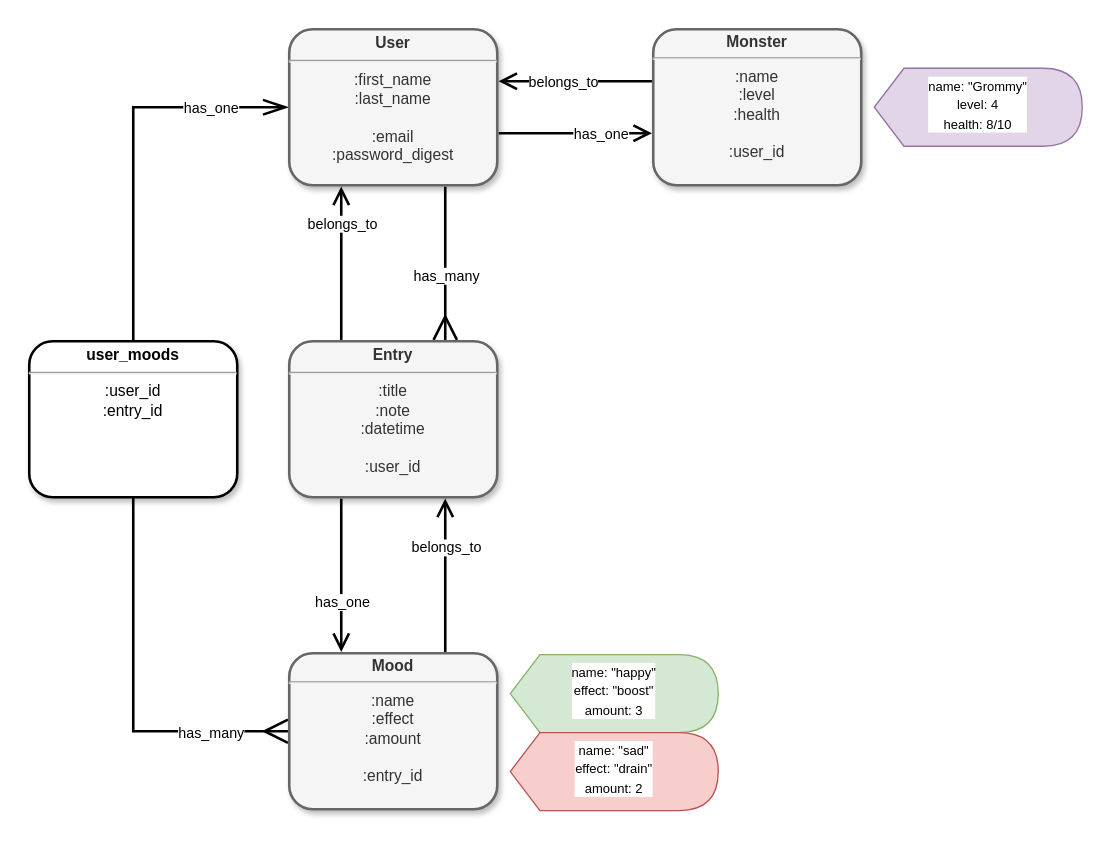
Earlier version of the draw.io diagram uml/moody-mon.drawio (codymerritt347/moody-mon). Source tidied: cells renumbered, new cells numbered last; positions are measured from the earlier drawing's top-left corner, leaving out a move shared by most shapes. Both pictures are drawn from the tidied source at 130%, with x=0, y=0 at pixel (29, 29).
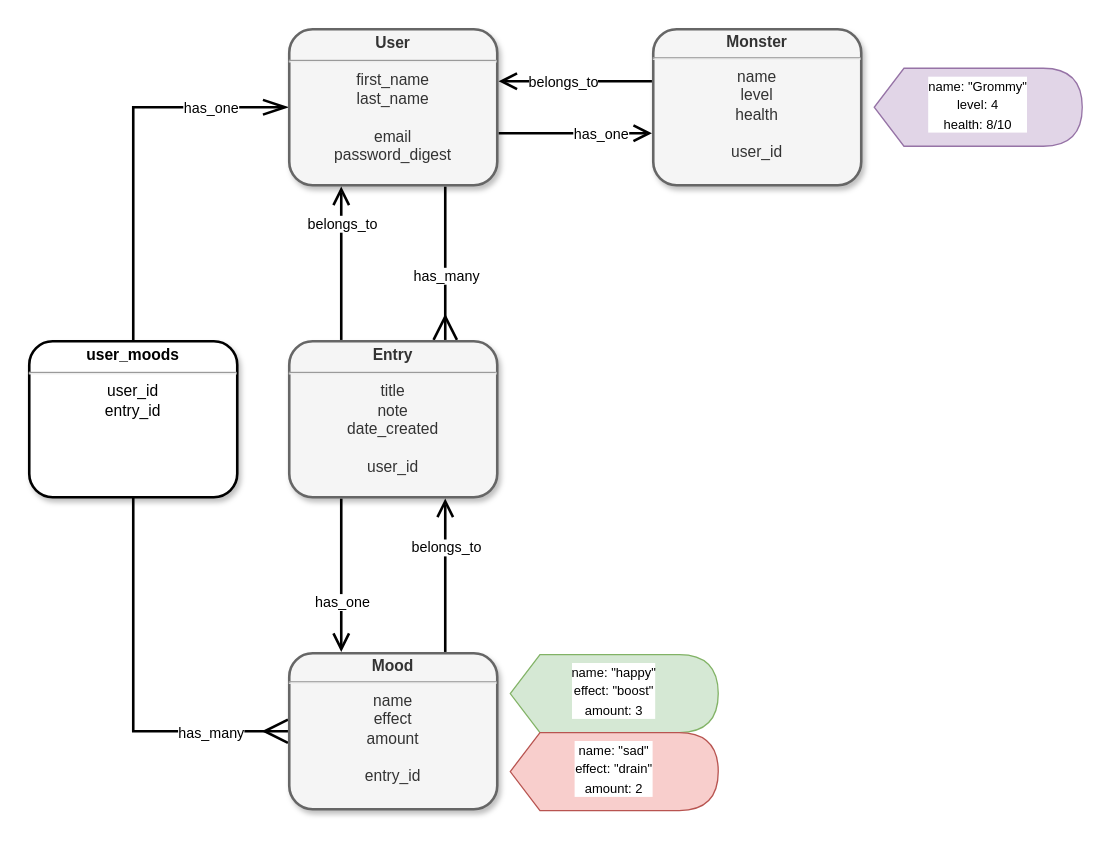
After the change.

Commit message (it also covers changes not shown here):
Reformat UML diagram

Diff of the diagram source:
```diff
@@
-    <mxCell id="9" value="&lt;p style=&quot;margin: 4px 0px 0px; font-size: 12px;&quot;&gt;&lt;b style=&quot;font-size: 12px;&quot;&gt;User&lt;/b&gt;&lt;/p&gt;&lt;hr style=&quot;font-size: 12px;&quot;&gt;:first_name&lt;br style=&quot;font-size: 12px;&quot;&gt;:last_name&lt;br style=&quot;font-size: 12px;&quot;&gt;&lt;br style=&quot;font-size: 12px;&quot;&gt;:email&lt;br style=&quot;font-size: 12px;&quot;&gt;:password_digest&lt;br style=&quot;font-size: 12px;&quot;&gt;&lt;p style=&quot;font-size: 12px;&quot;&gt;&lt;/p&gt;" style="verticalAlign=middle;align=center;overflow=fill;fontSize=12;fontFamily=Helvetica;html=1;perimeterSpacing=1;rounded=1;glass=0;shadow=1;sketch=0;strokeWidth=2;fillColor=#f5f5f5;strokeColor=#666666;fontColor=#333333;" parent="1" vertex="1">
+    <mxCell id="9" value="&lt;p style=&quot;margin: 4px 0px 0px ; font-size: 12px&quot;&gt;&lt;b style=&quot;font-size: 12px&quot;&gt;User&lt;/b&gt;&lt;/p&gt;&lt;hr style=&quot;font-size: 12px&quot;&gt;first_name&lt;br style=&quot;font-size: 12px&quot;&gt;last_name&lt;br style=&quot;font-size: 12px&quot;&gt;&lt;br style=&quot;font-size: 12px&quot;&gt;email&lt;br style=&quot;font-size: 12px&quot;&gt;password_digest&lt;br style=&quot;font-size: 12px&quot;&gt;&lt;p style=&quot;font-size: 12px&quot;&gt;&lt;/p&gt;" style="verticalAlign=middle;align=center;overflow=fill;fontSize=12;fontFamily=Helvetica;html=1;perimeterSpacing=1;rounded=1;glass=0;shadow=1;sketch=0;strokeWidth=2;fillColor=#f5f5f5;strokeColor=#666666;fontColor=#333333;" parent="1" vertex="1">
       <mxGeometry x="200" width="160" height="120" as="geometry" />
     </mxCell>
@@
-    <mxCell id="12" value="&lt;p style=&quot;margin: 4px 0px 0px ; line-height: 100% ; font-size: 12px&quot;&gt;&lt;b style=&quot;font-size: 12px&quot;&gt;Monster&lt;/b&gt;&lt;/p&gt;&lt;hr style=&quot;font-size: 12px&quot;&gt;:name&lt;br&gt;:level&lt;br style=&quot;font-size: 12px&quot;&gt;:health&lt;br style=&quot;font-size: 12px&quot;&gt;&lt;br style=&quot;font-size: 12px&quot;&gt;:user_id" style="verticalAlign=middle;align=center;overflow=fill;fontSize=12;fontFamily=Helvetica;html=1;perimeterSpacing=1;rounded=1;glass=0;shadow=1;sketch=0;strokeWidth=2;fillColor=#f5f5f5;strokeColor=#666666;fontColor=#333333;" parent="1" vertex="1">
+    <mxCell id="12" value="&lt;p style=&quot;margin: 4px 0px 0px ; line-height: 100% ; font-size: 12px&quot;&gt;&lt;b style=&quot;font-size: 12px&quot;&gt;Monster&lt;/b&gt;&lt;/p&gt;&lt;hr style=&quot;font-size: 12px&quot;&gt;name&lt;br&gt;level&lt;br style=&quot;font-size: 12px&quot;&gt;health&lt;br style=&quot;font-size: 12px&quot;&gt;&lt;br style=&quot;font-size: 12px&quot;&gt;user_id" style="verticalAlign=middle;align=center;overflow=fill;fontSize=12;fontFamily=Helvetica;html=1;perimeterSpacing=1;rounded=1;glass=0;shadow=1;sketch=0;strokeWidth=2;fillColor=#f5f5f5;strokeColor=#666666;fontColor=#333333;" parent="1" vertex="1">
       <mxGeometry x="480" width="160" height="120" as="geometry" />
     </mxCell>
@@
-    <mxCell id="17" value="&lt;p style=&quot;margin: 4px 0px 0px ; font-size: 12px&quot;&gt;&lt;b style=&quot;font-size: 12px&quot;&gt;Entry&lt;/b&gt;&lt;/p&gt;&lt;hr style=&quot;font-size: 12px&quot;&gt;:title&lt;br style=&quot;font-size: 12px&quot;&gt;:note&lt;br&gt;:datetime&lt;br style=&quot;font-size: 12px&quot;&gt;&lt;br style=&quot;font-size: 12px&quot;&gt;:user_id" style="verticalAlign=middle;align=center;overflow=fill;fontSize=12;fontFamily=Helvetica;html=1;perimeterSpacing=1;rounded=1;glass=0;shadow=1;sketch=0;strokeWidth=2;fillColor=#f5f5f5;strokeColor=#666666;fontColor=#333333;" parent="1" vertex="1">
+    <mxCell id="17" value="&lt;p style=&quot;margin: 4px 0px 0px ; font-size: 12px&quot;&gt;&lt;b style=&quot;font-size: 12px&quot;&gt;Entry&lt;/b&gt;&lt;/p&gt;&lt;hr style=&quot;font-size: 12px&quot;&gt;title&lt;br style=&quot;font-size: 12px&quot;&gt;note&lt;br&gt;date_created&lt;br style=&quot;font-size: 12px&quot;&gt;&lt;br style=&quot;font-size: 12px&quot;&gt;user_id" style="verticalAlign=middle;align=center;overflow=fill;fontSize=12;fontFamily=Helvetica;html=1;perimeterSpacing=1;rounded=1;glass=0;shadow=1;sketch=0;strokeWidth=2;fillColor=#f5f5f5;strokeColor=#666666;fontColor=#333333;" parent="1" vertex="1">
       <mxGeometry x="200" y="240" width="160" height="120" as="geometry" />
     </mxCell>
@@
-    <mxCell id="20" value="&lt;p style=&quot;margin: 4px 0px 0px; line-height: 100%; font-size: 12px;&quot;&gt;&lt;b style=&quot;font-size: 12px;&quot;&gt;Mood&lt;/b&gt;&lt;/p&gt;&lt;hr style=&quot;font-size: 12px;&quot;&gt;:name&lt;br style=&quot;font-size: 12px;&quot;&gt;:effect&lt;br style=&quot;font-size: 12px;&quot;&gt;:amount&lt;br style=&quot;font-size: 12px;&quot;&gt;&lt;br style=&quot;font-size: 12px;&quot;&gt;:entry_id" style="verticalAlign=middle;align=center;overflow=fill;fontSize=12;fontFamily=Helvetica;html=1;perimeterSpacing=1;rounded=1;glass=0;shadow=1;sketch=0;strokeWidth=2;fillColor=#f5f5f5;strokeColor=#666666;fontColor=#333333;" parent="1" vertex="1">
+    <mxCell id="20" value="&lt;p style=&quot;margin: 4px 0px 0px ; line-height: 100% ; font-size: 12px&quot;&gt;&lt;b style=&quot;font-size: 12px&quot;&gt;Mood&lt;/b&gt;&lt;/p&gt;&lt;hr style=&quot;font-size: 12px&quot;&gt;name&lt;br style=&quot;font-size: 12px&quot;&gt;effect&lt;br style=&quot;font-size: 12px&quot;&gt;amount&lt;br style=&quot;font-size: 12px&quot;&gt;&lt;br style=&quot;font-size: 12px&quot;&gt;entry_id" style="verticalAlign=middle;align=center;overflow=fill;fontSize=12;fontFamily=Helvetica;html=1;perimeterSpacing=1;rounded=1;glass=0;shadow=1;sketch=0;strokeWidth=2;fillColor=#f5f5f5;strokeColor=#666666;fontColor=#333333;" parent="1" vertex="1">
       <mxGeometry x="200" y="480" width="160" height="120" as="geometry" />
     </mxCell>
-    <mxCell id="21" value="&lt;p style=&quot;margin: 4px 0px 0px ; font-size: 12px&quot;&gt;&lt;b&gt;user_moods&lt;/b&gt;&lt;/p&gt;&lt;hr&gt;:user_id&lt;br&gt;:entry_id" style="verticalAlign=middle;align=center;overflow=fill;fontSize=12;fontFamily=Helvetica;html=1;perimeterSpacing=1;rounded=1;glass=0;shadow=1;sketch=0;strokeWidth=2;" parent="1" vertex="1">
+    <mxCell id="21" value="&lt;p style=&quot;margin: 4px 0px 0px ; font-size: 12px&quot;&gt;&lt;b&gt;user_moods&lt;/b&gt;&lt;/p&gt;&lt;hr&gt;user_id&lt;br&gt;entry_id" style="verticalAlign=middle;align=center;overflow=fill;fontSize=12;fontFamily=Helvetica;html=1;perimeterSpacing=1;rounded=1;glass=0;shadow=1;sketch=0;strokeWidth=2;" parent="1" vertex="1">
       <mxGeometry y="240" width="160" height="120" as="geometry" />
     </mxCell>
```
